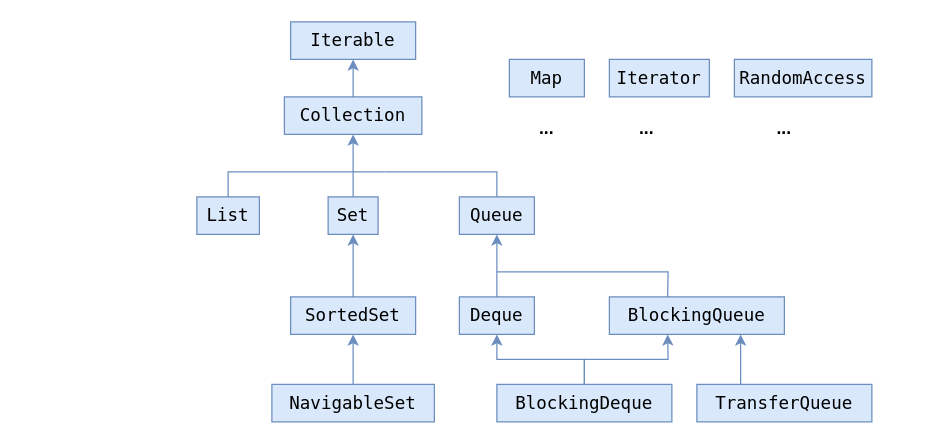
johnydotsville/a-notes keeps this draw.io diagram as java/java-core/Коллекции/img/schemas/Карта интерфейсов Iterable 2.drawio. Above is the earlier version. Source tidied: cells renumbered, new cells numbered last; positions are measured from the earlier drawing's top-left corner, leaving out a move shared by most shapes. Both pictures are drawn from the tidied source at 125%, with x=0, y=0 at pixel (196, 21).
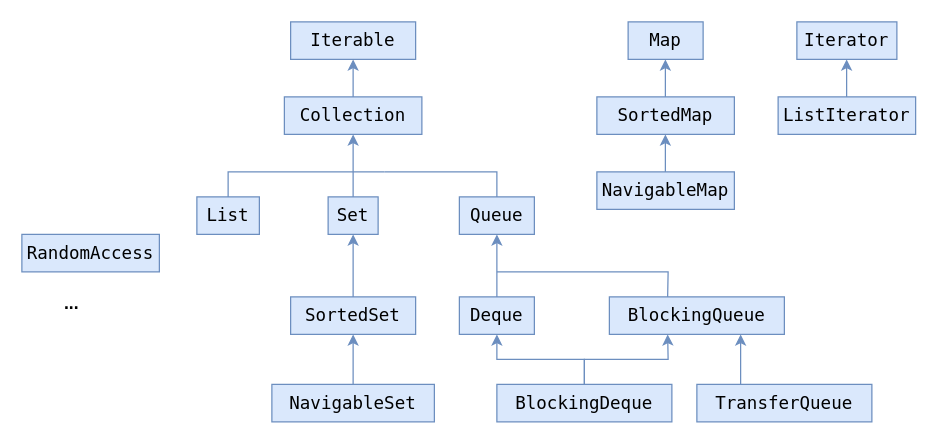
The same diagram, later.

The edit, as a diff of the source:
```diff
@@
     <mxCell id="24" value="Map" style="text;html=1;strokeColor=#6c8ebf;fillColor=#dae8fc;align=center;verticalAlign=middle;whiteSpace=wrap;rounded=0;fontSize=14;fontFamily=Lucida Console;" parent="1" vertex="1">
-      <mxGeometry x="250" y="30" width="60" height="30" as="geometry" />
+      <mxGeometry x="345" width="60" height="30" as="geometry" />
     </mxCell>
-    <mxCell id="25" value="&lt;b&gt;&lt;font style=&quot;font-size: 14px&quot;&gt;...&lt;/font&gt;&lt;/b&gt;" style="text;html=1;strokeColor=none;fillColor=none;align=center;verticalAlign=middle;whiteSpace=wrap;rounded=0;" parent="1" vertex="1">
-      <mxGeometry x="250" y="70" width="60" height="30" as="geometry" />
-    </mxCell>
     <mxCell id="26" value="Iterator" style="text;html=1;strokeColor=#6c8ebf;fillColor=#dae8fc;align=center;verticalAlign=middle;whiteSpace=wrap;rounded=0;fontSize=14;fontFamily=Lucida Console;" parent="1" vertex="1">
-      <mxGeometry x="330" y="30" width="80" height="30" as="geometry" />
+      <mxGeometry x="480" width="80" height="30" as="geometry" />
     </mxCell>
-    <mxCell id="27" value="&lt;b&gt;&lt;font style=&quot;font-size: 14px&quot;&gt;...&lt;/font&gt;&lt;/b&gt;" style="text;html=1;strokeColor=none;fillColor=none;align=center;verticalAlign=middle;whiteSpace=wrap;rounded=0;" parent="1" vertex="1">
-      <mxGeometry x="330" y="70" width="60" height="30" as="geometry" />
-    </mxCell>
     <mxCell id="28" value="RandomAccess" style="text;html=1;strokeColor=#6c8ebf;fillColor=#dae8fc;align=center;verticalAlign=middle;whiteSpace=wrap;rounded=0;fontSize=14;fontFamily=Lucida Console;" parent="1" vertex="1">
-      <mxGeometry x="430" y="30" width="110" height="30" as="geometry" />
+      <mxGeometry x="-140" y="170" width="110" height="30" as="geometry" />
     </mxCell>
     <mxCell id="29" value="&lt;b&gt;&lt;font style=&quot;font-size: 14px&quot;&gt;...&lt;/font&gt;&lt;/b&gt;" style="text;html=1;strokeColor=none;fillColor=none;align=center;verticalAlign=middle;whiteSpace=wrap;rounded=0;" parent="1" vertex="1">
-      <mxGeometry x="440" y="70" width="60" height="30" as="geometry" />
+      <mxGeometry x="-130" y="210" width="60" height="30" as="geometry" />
     </mxCell>
+    <mxCell id="30" style="endArrow=classic;html=1;rounded=0;entryX=0.5;entryY=1;entryDx=0;entryDy=0;exitX=0.5;exitY=0;exitDx=0;exitDy=0;fontSize=14;fillColor=#dae8fc;strokeColor=#6c8ebf;fontFamily=Lucida Console;" parent="1" edge="1">
+      <mxGeometry relative="1" as="geometry">
+        <mxPoint x="374.8" y="60" as="sourcePoint" />
+        <mxPoint x="374.8" y="30" as="targetPoint" />
+      </mxGeometry>
+    </mxCell>
+    <mxCell id="31" value="SortedMap" style="text;html=1;strokeColor=#6c8ebf;fillColor=#dae8fc;align=center;verticalAlign=middle;whiteSpace=wrap;rounded=0;fontSize=14;fontFamily=Lucida Console;" parent="1" vertex="1">
+      <mxGeometry x="320" y="60" width="110" height="30" as="geometry" />
+    </mxCell>
+    <mxCell id="32" style="endArrow=classic;html=1;rounded=0;entryX=0.5;entryY=1;entryDx=0;entryDy=0;exitX=0.5;exitY=0;exitDx=0;exitDy=0;fontSize=14;fillColor=#dae8fc;strokeColor=#6c8ebf;fontFamily=Lucida Console;" parent="1" edge="1">
+      <mxGeometry relative="1" as="geometry">
+        <mxPoint x="374.8" y="120" as="sourcePoint" />
+        <mxPoint x="374.8" y="90" as="targetPoint" />
+      </mxGeometry>
+    </mxCell>
+    <mxCell id="33" value="NavigableMap" style="text;html=1;strokeColor=#6c8ebf;fillColor=#dae8fc;align=center;verticalAlign=middle;whiteSpace=wrap;rounded=0;fontSize=14;fontFamily=Lucida Console;" parent="1" vertex="1">
+      <mxGeometry x="320" y="120" width="110" height="30" as="geometry" />
+    </mxCell>
+    <mxCell id="34" style="endArrow=classic;html=1;rounded=0;entryX=0.5;entryY=1;entryDx=0;entryDy=0;exitX=0.5;exitY=0;exitDx=0;exitDy=0;fontSize=14;fillColor=#dae8fc;strokeColor=#6c8ebf;fontFamily=Lucida Console;" parent="1" edge="1">
+      <mxGeometry relative="1" as="geometry">
+        <mxPoint x="519.8" y="60" as="sourcePoint" />
+        <mxPoint x="519.8" y="30" as="targetPoint" />
+      </mxGeometry>
+    </mxCell>
+    <mxCell id="35" value="ListIterator" style="text;html=1;strokeColor=#6c8ebf;fillColor=#dae8fc;align=center;verticalAlign=middle;whiteSpace=wrap;rounded=0;fontSize=14;fontFamily=Lucida Console;" parent="1" vertex="1">
+      <mxGeometry x="465" y="60" width="110" height="30" as="geometry" />
+    </mxCell>
```
